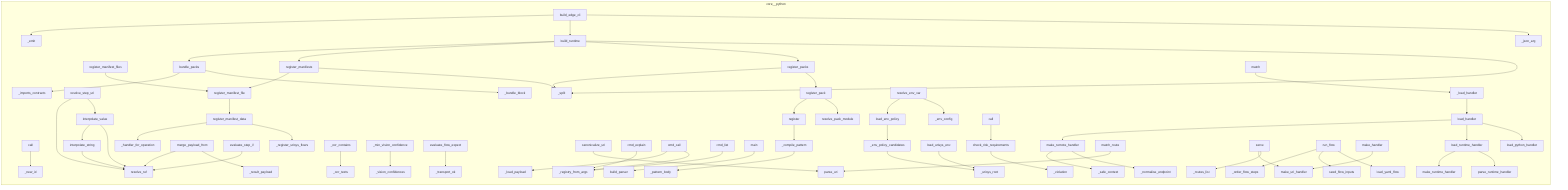
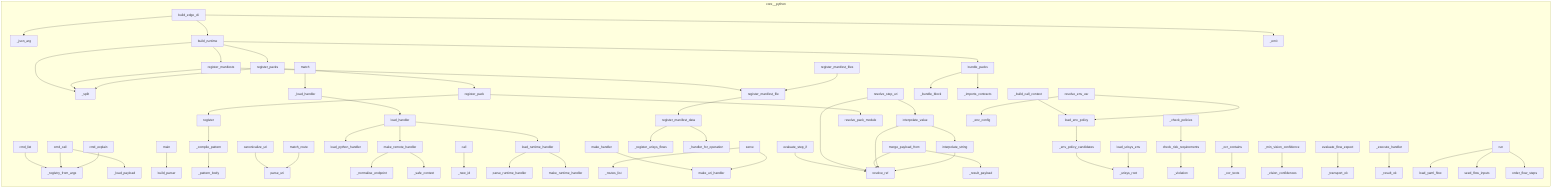
flowchart LR
%% generated in 0.00s
    subgraph core__python
+         core__python__uri_control__edge__compose___split["_split"]
+         core__python__uri_control__edge__runtime__make_handler["make_handler"]
+         core__python__uri_control__edge__flow__loader__load_yaml_flow["load_yaml_flow"]
+         core__python__uri_control__cli__build_parser["build_parser"]
+         core__python__uri_control__handlers__make_remote_handler["make_remote_handler"]
+         core__python__uri_control__edge__flow_refs__evaluate_step_if["evaluate_step_if"]
+         core__python__uri_control__edge__compose___bundle_block["_bundle_block"]
+         core__python__uri_control__edge__http___routes_list["_routes_list"]
+         core__python__uri_control__edge__compose__register_pack["register_pack"]
+         core__python__uri_control__edge__flow__steps__order_flow_steps["order_flow_steps"]
+         core__python__uri_control__edge__flow_refs__interpolate_value["interpolate_value"]
+         core__python__uri_control__handlers___normalise_endpoint["_normalise_endpoint"]
+         core__python__uri_control__edge__compose__bundle_packs["bundle_packs"]
+         core__python__uri_control__edge__env__load_env_policy["load_env_policy"]
+         core__python__uri_control__registry___compile_pattern["_compile_pattern"]
+         core__python__uri_control__registry__CapabilityRegistry__match["match"]
+         core__python__uri_control__cli__cmd_list["cmd_list"]
+         core__python__uri_control__registry___pattern_body["_pattern_body"]
+         core__python__uri_control__edge__flow_expect__evaluate_flow_expect["evaluate_flow_expect"]
+         core__python__uri_control__edge__runtime__Runtime___execute_handler["_execute_handler"]
+         core__python__uri_control__cli__cmd_call["cmd_call"]
+         core__python__uri_control__cli__main["main"]
+         core__python__uri_control__edge__env__load_urisys_env["load_urisys_env"]
+         core__python__uri_control__edge__cli__build_edge_cli["build_edge_cli"]
+         core__python__uri_control__cli___load_payload["_load_payload"]
+         core__python__uri_control__cli___registry_from_args["_registry_from_args"]
        core__python__uri_control__edge__env___env_config["_env_config"]
-         core__python__uri_control__edge__runtime__Runtime__call["call"]
+         core__python__uri_control__edge__flow_refs___result_payload["_result_payload"]
+         core__python__uri_control__runtime_handlers__make_runtime_handler["make_runtime_handler"]
+         core__python__uri_control__edge__flow_refs__resolve_step_uri["resolve_step_uri"]
+         core__python__uri_control__edge__env___env_policy_candidates["_env_policy_candidates"]
+         core__python__uri_control__edge__manifest___register_urisys_flows["_register_urisys_flows"]
+         core__python__uri_control__registry__CapabilityRegistry__match_route["match_route"]
        core__python__uri_control__runtime_handlers__parse_runtime_handler["parse_runtime_handler"]
-         core__python__uri_control__edge__compose__register_pack["register_pack"]
-         core__python__uri_control__edge__flow_refs__evaluate_step_if["evaluate_step_if"]
-         core__python__uri_control__edge__risk_policy___violation["_violation"]
-         core__python__uri_control__edge__env__resolve_env_var["resolve_env_var"]
-         core__python__uri_control__cli___registry_from_args["_registry_from_args"]
-         core__python__uri_control__runtime_handlers__make_runtime_handler["make_runtime_handler"]
+         core__python__uri_control__edge__http__make_uri_handler["make_uri_handler"]
+         core__python__uri_control__edge__cli___json_arg["_json_arg"]
+         core__python__uri_control__edge__compose__resolve_pack_module["resolve_pack_module"]
+         core__python__uri_control__handlers___safe_context["_safe_context"]
+         core__python__uri_control__edge__compose__build_runtime["build_runtime"]
+         core__python__uri_control__edge__compose__register_packs["register_packs"]
+         core__python__uri_control__edge__compose__register_manifests["register_manifests"]
        core__python__uri_control__edge__compose___imports_contracts["_imports_contracts"]
-         core__python__uri_control__edge__compose__resolve_pack_module["resolve_pack_module"]
-         core__python__uri_control__edge__compose___bundle_block["_bundle_block"]
-         core__python__uri_control__edge__flow_expect___ocr_contains["_ocr_contains"]
+         core__python__uri_control__edge__flow_refs__interpolate_string["interpolate_string"]
+         core__python__uri_control__handlers__load_handler["load_handler"]
+         core__python__uri_control__edge__runtime__Runtime___build_call_context["_build_call_context"]
+         core__python__uri_control__edge__flow_refs__merge_payload_from["merge_payload_from"]
        core__python__uri_control__edge__http__serve["serve"]
        core__python__uri_control__edge__manifest__register_manifest_files["register_manifest_files"]
+         core__python__uri_control__edge__cli___emit["_emit"]
+         core__python__uri_control__edge__flow_expect___ocr_texts["_ocr_texts"]
        core__python__uri_control__edge__flow_refs__seed_flow_inputs["seed_flow_inputs"]
+         core__python__uri_control__edge__manifest__register_manifest_data["register_manifest_data"]
+         core__python__uri_control__edge__env__resolve_env_var["resolve_env_var"]
+         core__python__uri_control__parser__parse_uri["parse_uri"]
+         core__python__uri_control__edge__flow__runner__FlowRunner__run["run"]
+         core__python__uri_control__cli__cmd_explain["cmd_explain"]
+         core__python__uri_control__edge__flow_expect___vision_confidences["_vision_confidences"]
+         core__python__uri_control__edge__flow_expect___ocr_contains["_ocr_contains"]
+         core__python__uri_control__edge__risk_policy__check_risk_requirements["check_risk_requirements"]
+         core__python__uri_control__runtime_handlers__load_runtime_handler["load_runtime_handler"]
+         core__python__uri_control__registry__CapabilityRegistry__register["register"]
+         core__python__uri_control__parser__canonicalize_uri["canonicalize_uri"]
+         core__python__uri_control__edge__flow_refs__resolve_ref["resolve_ref"]
+         core__python__uri_control__dispatcher__UriControlRuntime__call["call"]
        core__python__uri_control__edge__manifest__register_manifest_file["register_manifest_file"]
+         core__python__uri_control__edge__manifest___handler_for_operation["_handler_for_operation"]
+         core__python__uri_control__edge__flow_expect___min_vision_confidence["_min_vision_confidence"]
+         core__python__uri_control__edge__risk_policy___violation["_violation"]
+         core__python__uri_control__edge__flow_expect___transport_ok["_transport_ok"]
+         core__python__uri_control__handlers__load_python_handler["load_python_handler"]
+         core__python__uri_control__edge__runtime__Runtime___load_handler["_load_handler"]
+         core__python__uri_control__edge__runtime__Runtime___check_policies["_check_policies"]
+         core__python__uri_control__dispatcher___new_id["_new_id"]
        core__python__uri_control__edge__env___urisys_root["_urisys_root"]
-         core__python__uri_control__cli__cmd_explain["cmd_explain"]
-         core__python__uri_control__parser__canonicalize_uri["canonicalize_uri"]
-         core__python__uri_control__edge__env__load_urisys_env["load_urisys_env"]
-         core__python__uri_control__edge__flow_expect__evaluate_flow_expect["evaluate_flow_expect"]
-         core__python__uri_control__edge__manifest___handler_for_operation["_handler_for_operation"]
-         core__python__uri_control__runtime_handlers__load_runtime_handler["load_runtime_handler"]
-         core__python__uri_control__edge__runtime__run_flow["run_flow"]
-         core__python__uri_control__edge__flow_refs___result_payload["_result_payload"]
-         core__python__uri_control__registry__CapabilityRegistry__register["register"]
-         core__python__uri_control__cli__cmd_list["cmd_list"]
-         core__python__uri_control__cli__main["main"]
-         core__python__uri_control__handlers___normalise_endpoint["_normalise_endpoint"]
-         core__python__uri_control__edge__flow_refs__resolve_step_uri["resolve_step_uri"]
-         core__python__uri_control__handlers___safe_context["_safe_context"]
-         core__python__uri_control__edge__manifest___register_urisys_flows["_register_urisys_flows"]
-         core__python__uri_control__edge__env__load_env_policy["load_env_policy"]
-         core__python__uri_control__edge__cli__build_edge_cli["build_edge_cli"]
-         core__python__uri_control__edge__compose__bundle_packs["bundle_packs"]
-         core__python__uri_control__edge__cli___json_arg["_json_arg"]
-         core__python__uri_control__edge__manifest__register_manifest_data["register_manifest_data"]
-         core__python__uri_control__edge__http___routes_list["_routes_list"]
-         core__python__uri_control__dispatcher__UriControlRuntime__call["call"]
-         core__python__uri_control__edge__flow_refs__merge_payload_from["merge_payload_from"]
-         core__python__uri_control__registry___compile_pattern["_compile_pattern"]
-         core__python__uri_control__edge__flow_expect___min_vision_confidence["_min_vision_confidence"]
-         core__python__uri_control__edge__runtime__load_yaml_flow["load_yaml_flow"]
-         core__python__uri_control__handlers__load_handler["load_handler"]
-         core__python__uri_control__edge__flow_refs__interpolate_string["interpolate_string"]
-         core__python__uri_control__edge__flow_refs__interpolate_value["interpolate_value"]
-         core__python__uri_control__registry__CapabilityRegistry__match["match"]
-         core__python__uri_control__parser__parse_uri["parse_uri"]
-         core__python__uri_control__cli__build_parser["build_parser"]
-         core__python__uri_control__dispatcher___new_id["_new_id"]
-         core__python__uri_control__handlers__make_remote_handler["make_remote_handler"]
-         core__python__uri_control__edge__compose__register_packs["register_packs"]
-         core__python__uri_control__edge__env___env_policy_candidates["_env_policy_candidates"]
-         core__python__uri_control__edge__http__make_uri_handler["make_uri_handler"]
-         core__python__uri_control__edge__compose__register_manifests["register_manifests"]
-         core__python__uri_control__edge__flow_expect___vision_confidences["_vision_confidences"]
-         core__python__uri_control__registry__CapabilityRegistry__match_route["match_route"]
-         core__python__uri_control__edge__runtime__make_handler["make_handler"]
-         core__python__uri_control__edge__risk_policy__check_risk_requirements["check_risk_requirements"]
-         core__python__uri_control__edge__compose__build_runtime["build_runtime"]
-         core__python__uri_control__edge__flow_expect___transport_ok["_transport_ok"]
-         core__python__uri_control__cli__cmd_call["cmd_call"]
-         core__python__uri_control__cli___load_payload["_load_payload"]
-         core__python__uri_control__registry___pattern_body["_pattern_body"]
-         core__python__uri_control__edge__runtime__Runtime___load_handler["_load_handler"]
-         core__python__uri_control__edge__flow_expect___ocr_texts["_ocr_texts"]
-         core__python__uri_control__handlers__load_python_handler["load_python_handler"]
-         core__python__uri_control__edge__runtime___order_flow_steps["_order_flow_steps"]
-         core__python__uri_control__edge__flow_refs__resolve_ref["resolve_ref"]
-         core__python__uri_control__edge__cli___emit["_emit"]
-         core__python__uri_control__edge__compose___split["_split"]
+         core__python__uri_control__edge__runtime___result_ok["_result_ok"]
    end
+     core__python__uri_control__cli__cmd_explain --> core__python__uri_control__cli___registry_from_args
+     core__python__uri_control__cli__cmd_call --> core__python__uri_control__cli___registry_from_args
+     core__python__uri_control__cli__cmd_call --> core__python__uri_control__cli___load_payload
+     core__python__uri_control__cli__cmd_list --> core__python__uri_control__cli___registry_from_args
+     core__python__uri_control__cli__main --> core__python__uri_control__cli__build_parser
+     core__python__uri_control__registry___compile_pattern --> core__python__uri_control__registry___pattern_body
+     core__python__uri_control__registry__CapabilityRegistry__register --> core__python__uri_control__registry___compile_pattern
+     core__python__uri_control__registry__CapabilityRegistry__match_route --> core__python__uri_control__parser__parse_uri
+     core__python__uri_control__registry__CapabilityRegistry__match --> core__python__uri_control__edge__runtime__Runtime___load_handler
+     core__python__uri_control__handlers__make_remote_handler --> core__python__uri_control__handlers___normalise_endpoint
+     core__python__uri_control__handlers__make_remote_handler --> core__python__uri_control__handlers___safe_context
+     core__python__uri_control__handlers__load_handler --> core__python__uri_control__handlers__load_python_handler
+     core__python__uri_control__handlers__load_handler --> core__python__uri_control__runtime_handlers__load_runtime_handler
+     core__python__uri_control__handlers__load_handler --> core__python__uri_control__handlers__make_remote_handler
+     core__python__uri_control__parser__canonicalize_uri --> core__python__uri_control__parser__parse_uri
    core__python__uri_control__dispatcher__UriControlRuntime__call --> core__python__uri_control__dispatcher___new_id
    core__python__uri_control__runtime_handlers__load_runtime_handler --> core__python__uri_control__runtime_handlers__parse_runtime_handler
    core__python__uri_control__runtime_handlers__load_runtime_handler --> core__python__uri_control__runtime_handlers__make_runtime_handler
    core__python__uri_control__edge__cli__build_edge_cli --> core__python__uri_control__edge__cli___json_arg
    core__python__uri_control__edge__cli__build_edge_cli --> core__python__uri_control__edge__compose__build_runtime
    core__python__uri_control__edge__cli__build_edge_cli --> core__python__uri_control__edge__cli___emit
+     core__python__uri_control__edge__http__serve --> core__python__uri_control__edge__http___routes_list
+     core__python__uri_control__edge__http__serve --> core__python__uri_control__edge__http__make_uri_handler
    core__python__uri_control__edge__manifest__register_manifest_file --> core__python__uri_control__edge__manifest__register_manifest_data
    core__python__uri_control__edge__manifest__register_manifest_data --> core__python__uri_control__edge__manifest___register_urisys_flows
    core__python__uri_control__edge__manifest__register_manifest_data --> core__python__uri_control__edge__manifest___handler_for_operation
    core__python__uri_control__edge__manifest__register_manifest_files --> core__python__uri_control__edge__manifest__register_manifest_file
    core__python__uri_control__edge__flow_refs__interpolate_string --> core__python__uri_control__edge__flow_refs__resolve_ref
    core__python__uri_control__edge__flow_refs__interpolate_value --> core__python__uri_control__edge__flow_refs__resolve_ref
    core__python__uri_control__edge__flow_refs__interpolate_value --> core__python__uri_control__edge__flow_refs__interpolate_string
    core__python__uri_control__edge__flow_refs__merge_payload_from --> core__python__uri_control__edge__flow_refs___result_payload
    core__python__uri_control__edge__flow_refs__merge_payload_from --> core__python__uri_control__edge__flow_refs__resolve_ref
    core__python__uri_control__edge__flow_refs__resolve_step_uri --> core__python__uri_control__edge__flow_refs__interpolate_value
    core__python__uri_control__edge__flow_refs__resolve_step_uri --> core__python__uri_control__edge__flow_refs__resolve_ref
    core__python__uri_control__edge__flow_refs__evaluate_step_if --> core__python__uri_control__edge__flow_refs__resolve_ref
    core__python__uri_control__edge__compose__register_pack --> core__python__uri_control__edge__compose__resolve_pack_module
    core__python__uri_control__edge__compose__register_pack --> core__python__uri_control__registry__CapabilityRegistry__register
    core__python__uri_control__edge__compose__register_packs --> core__python__uri_control__edge__compose__register_pack
    core__python__uri_control__edge__compose__register_packs --> core__python__uri_control__edge__compose___split
    core__python__uri_control__edge__compose__register_manifests --> core__python__uri_control__edge__compose___split
    core__python__uri_control__edge__compose__register_manifests --> core__python__uri_control__edge__manifest__register_manifest_file
    core__python__uri_control__edge__compose__bundle_packs --> core__python__uri_control__edge__compose___bundle_block
    core__python__uri_control__edge__compose__bundle_packs --> core__python__uri_control__edge__compose___imports_contracts
    core__python__uri_control__edge__compose__build_runtime --> core__python__uri_control__edge__compose___split
    core__python__uri_control__edge__compose__build_runtime --> core__python__uri_control__edge__compose__register_packs
    core__python__uri_control__edge__compose__build_runtime --> core__python__uri_control__edge__compose__register_manifests
    core__python__uri_control__edge__compose__build_runtime --> core__python__uri_control__edge__compose__bundle_packs
-     core__python__uri_control__edge__risk_policy__check_risk_requirements --> core__python__uri_control__edge__risk_policy___violation
-     core__python__uri_control__edge__flow_expect___ocr_contains --> core__python__uri_control__edge__flow_expect___ocr_texts
-     core__python__uri_control__edge__flow_expect___min_vision_confidence --> core__python__uri_control__edge__flow_expect___vision_confidences
-     core__python__uri_control__edge__flow_expect__evaluate_flow_expect --> core__python__uri_control__edge__flow_expect___transport_ok
-     core__python__uri_control__parser__canonicalize_uri --> core__python__uri_control__parser__parse_uri
-     core__python__uri_control__cli__cmd_explain --> core__python__uri_control__cli___registry_from_args
-     core__python__uri_control__cli__cmd_call --> core__python__uri_control__cli___registry_from_args
-     core__python__uri_control__cli__cmd_call --> core__python__uri_control__cli___load_payload
-     core__python__uri_control__cli__cmd_list --> core__python__uri_control__cli___registry_from_args
-     core__python__uri_control__cli__main --> core__python__uri_control__cli__build_parser
-     core__python__uri_control__handlers__make_remote_handler --> core__python__uri_control__handlers___normalise_endpoint
-     core__python__uri_control__handlers__make_remote_handler --> core__python__uri_control__handlers___safe_context
-     core__python__uri_control__handlers__load_handler --> core__python__uri_control__handlers__load_python_handler
-     core__python__uri_control__handlers__load_handler --> core__python__uri_control__runtime_handlers__load_runtime_handler
-     core__python__uri_control__handlers__load_handler --> core__python__uri_control__handlers__make_remote_handler
    core__python__uri_control__edge__env__load_urisys_env --> core__python__uri_control__edge__env___urisys_root
    core__python__uri_control__edge__env___env_policy_candidates --> core__python__uri_control__edge__env___urisys_root
    core__python__uri_control__edge__env__load_env_policy --> core__python__uri_control__edge__env___env_policy_candidates
    core__python__uri_control__edge__env__resolve_env_var --> core__python__uri_control__edge__env___env_config
    core__python__uri_control__edge__env__resolve_env_var --> core__python__uri_control__edge__env__load_env_policy
-     core__python__uri_control__registry___compile_pattern --> core__python__uri_control__registry___pattern_body
-     core__python__uri_control__registry__CapabilityRegistry__register --> core__python__uri_control__registry___compile_pattern
-     core__python__uri_control__registry__CapabilityRegistry__match_route --> core__python__uri_control__parser__parse_uri
-     core__python__uri_control__registry__CapabilityRegistry__match --> core__python__uri_control__edge__runtime__Runtime___load_handler
-     core__python__uri_control__edge__http__serve --> core__python__uri_control__edge__http___routes_list
-     core__python__uri_control__edge__http__serve --> core__python__uri_control__edge__http__make_uri_handler
+     core__python__uri_control__edge__risk_policy__check_risk_requirements --> core__python__uri_control__edge__risk_policy___violation
+     core__python__uri_control__edge__flow_expect___ocr_contains --> core__python__uri_control__edge__flow_expect___ocr_texts
+     core__python__uri_control__edge__flow_expect___min_vision_confidence --> core__python__uri_control__edge__flow_expect___vision_confidences
+     core__python__uri_control__edge__flow_expect__evaluate_flow_expect --> core__python__uri_control__edge__flow_expect___transport_ok
    core__python__uri_control__edge__runtime__Runtime___load_handler --> core__python__uri_control__handlers__load_handler
-     core__python__uri_control__edge__runtime__Runtime__call --> core__python__uri_control__edge__risk_policy__check_risk_requirements
-     core__python__uri_control__edge__runtime__run_flow --> core__python__uri_control__edge__runtime__load_yaml_flow
-     core__python__uri_control__edge__runtime__run_flow --> core__python__uri_control__edge__flow_refs__seed_flow_inputs
-     core__python__uri_control__edge__runtime__run_flow --> core__python__uri_control__edge__runtime___order_flow_steps
+     core__python__uri_control__edge__runtime__Runtime___check_policies --> core__python__uri_control__edge__risk_policy__check_risk_requirements
+     core__python__uri_control__edge__runtime__Runtime___build_call_context --> core__python__uri_control__edge__env__load_env_policy
+     core__python__uri_control__edge__runtime__Runtime___execute_handler --> core__python__uri_control__edge__runtime___result_ok
    core__python__uri_control__edge__runtime__make_handler --> core__python__uri_control__edge__http__make_uri_handler
+     core__python__uri_control__edge__flow__runner__FlowRunner__run --> core__python__uri_control__edge__flow__loader__load_yaml_flow
+     core__python__uri_control__edge__flow__runner__FlowRunner__run --> core__python__uri_control__edge__flow_refs__seed_flow_inputs
+     core__python__uri_control__edge__flow__runner__FlowRunner__run --> core__python__uri_control__edge__flow__steps__order_flow_steps
